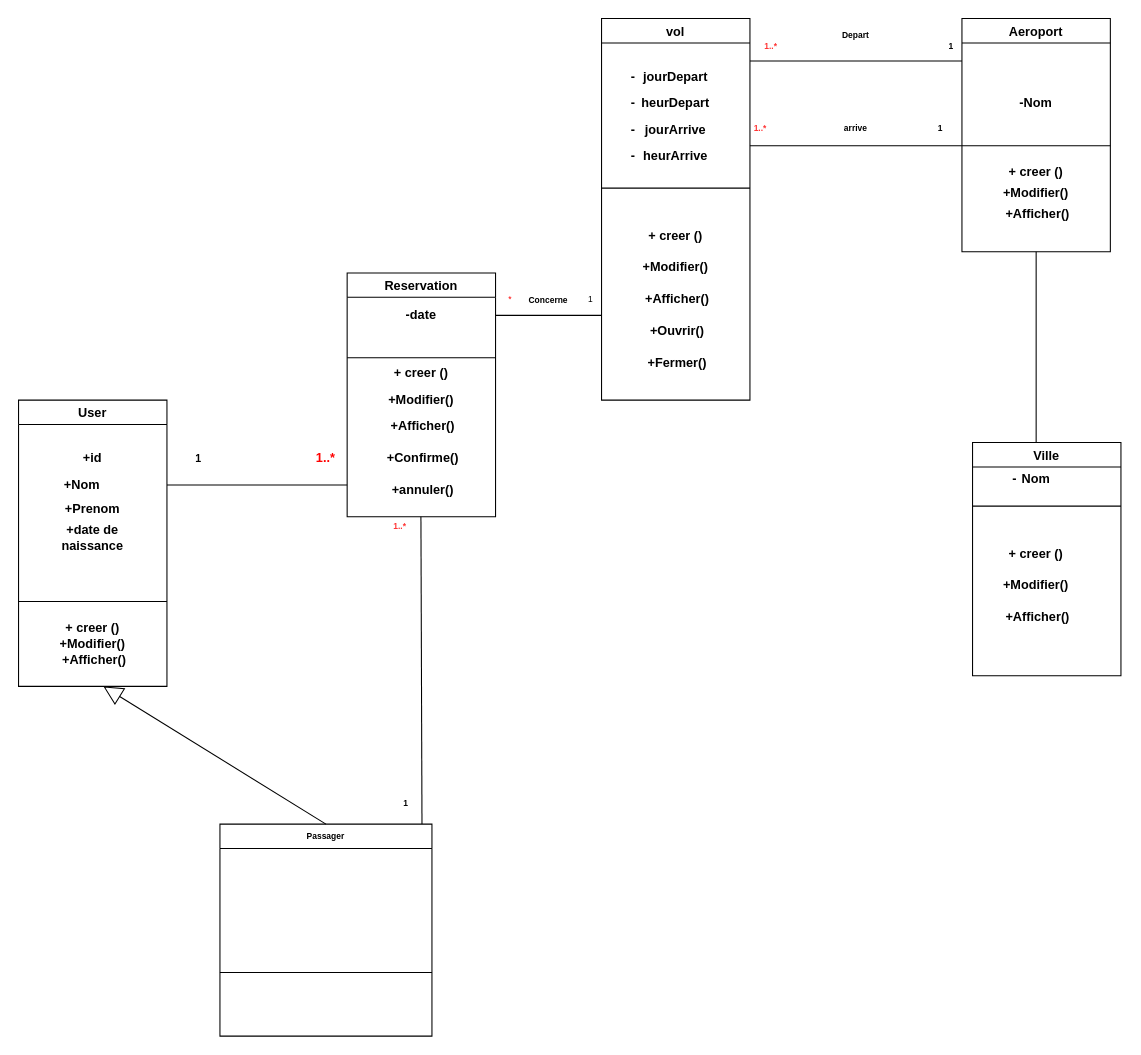
The draw.io diagram Uml/classe.drawio in ELHADRINadia/gestion_vol, before the edit. Source tidied: cells renumbered, new cells numbered last; positions are measured from the earlier drawing's top-left corner, leaving out a move shared by most shapes. Both pictures are drawn from the tidied source at 106%, with x=0, y=0 at pixel (18, 18).
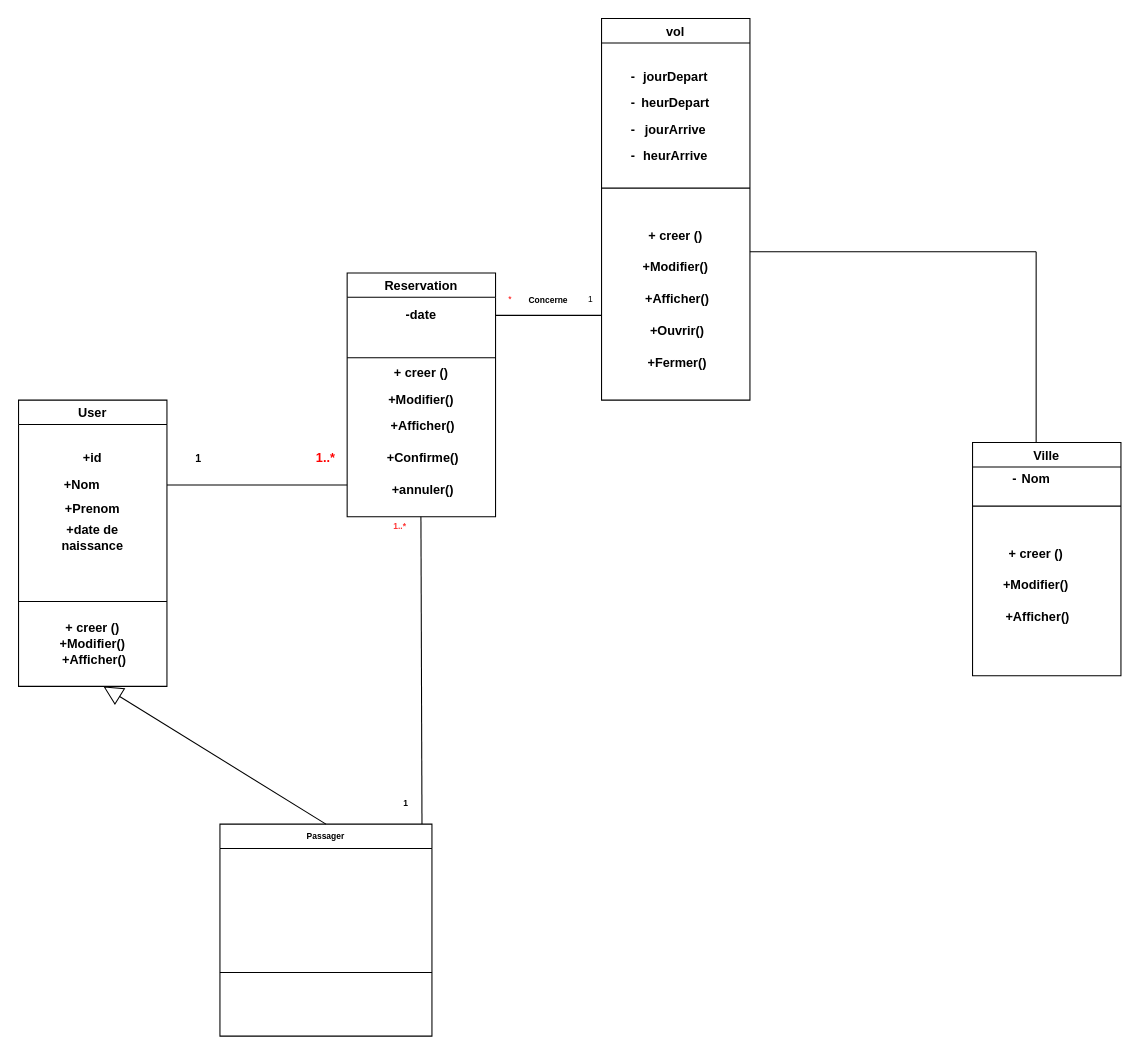
The same diagram, later.

What changed in the source:
```diff
@@
-    <mxCell id="26" value="Aeroport" style="swimlane;" parent="1" vertex="1">
-      <mxGeometry x="890" width="140" height="220" as="geometry" />
-    </mxCell>
-    <mxCell id="27" value="&lt;b&gt;-Nom&lt;/b&gt;" style="text;html=1;strokeColor=none;fillColor=none;align=center;verticalAlign=middle;whiteSpace=wrap;rounded=0;" parent="26" vertex="1">
-      <mxGeometry x="40" y="70" width="60" height="20" as="geometry" />
-    </mxCell>
-    <mxCell id="28" style="text;html=1;align=center;verticalAlign=middle;strokeColor=none;fillColor=none;" parent="26" vertex="1">
-      <mxGeometry x="50" y="85" width="20" height="20" as="geometry" />
-    </mxCell>
-    <mxCell id="29" style="endArrow=none;html=1;rounded=0;" parent="26" edge="1">
-      <mxGeometry relative="1" as="geometry">
-        <mxPoint y="120" as="sourcePoint" />
-        <mxPoint x="140" y="120" as="targetPoint" />
-      </mxGeometry>
-    </mxCell>
-    <mxCell id="30" value="&lt;b&gt;&amp;nbsp;+Modifier()&amp;nbsp;&lt;/b&gt;" style="text;html=1;strokeColor=none;fillColor=none;align=center;verticalAlign=middle;whiteSpace=wrap;rounded=0;" parent="26" vertex="1">
-      <mxGeometry x="40" y="150" width="60" height="30" as="geometry" />
-    </mxCell>
-    <mxCell id="31" value="&lt;b&gt;&amp;nbsp;+Afficher()&lt;/b&gt;" style="text;html=1;strokeColor=none;fillColor=none;align=center;verticalAlign=middle;whiteSpace=wrap;rounded=0;" parent="26" vertex="1">
-      <mxGeometry x="40" y="170" width="60" height="30" as="geometry" />
-    </mxCell>
-    <mxCell id="32" value="&lt;b&gt;+ creer ()&lt;/b&gt;" style="text;html=1;strokeColor=none;fillColor=none;align=center;verticalAlign=middle;whiteSpace=wrap;rounded=0;" parent="26" vertex="1">
-      <mxGeometry x="40" y="130" width="60" height="30" as="geometry" />
-    </mxCell>
-    <mxCell id="33" value="&lt;b&gt;&lt;font style=&quot;font-size: 8px&quot;&gt;Depart&lt;/font&gt;&lt;/b&gt;" style="text;html=1;strokeColor=none;fillColor=none;align=center;verticalAlign=middle;whiteSpace=wrap;rounded=0;fontColor=#000000;" parent="1" vertex="1">
-      <mxGeometry x="760" width="60" height="30" as="geometry" />
-    </mxCell>
-    <mxCell id="34" value="&lt;b&gt;&lt;font color=&quot;#ff3333&quot; style=&quot;font-size: 8px&quot;&gt;1..*&lt;/font&gt;&lt;/b&gt;" style="text;html=1;strokeColor=none;fillColor=none;align=center;verticalAlign=middle;whiteSpace=wrap;rounded=0;" parent="1" vertex="1">
-      <mxGeometry x="680" y="10" width="60" height="30" as="geometry" />
-    </mxCell>
-    <mxCell id="35" value="&lt;font color=&quot;#000000&quot; style=&quot;font-size: 8px&quot;&gt;&lt;b&gt;1&lt;/b&gt;&lt;/font&gt;" style="text;html=1;strokeColor=none;fillColor=none;align=center;verticalAlign=middle;whiteSpace=wrap;rounded=0;fontColor=#FF3333;" parent="1" vertex="1">
-      <mxGeometry x="850" y="10" width="60" height="30" as="geometry" />
-    </mxCell>
-    <mxCell id="36" style="endArrow=none;html=1;rounded=0;fontColor=#FF0000;" parent="1" edge="1">
-      <mxGeometry relative="1" as="geometry">
-        <mxPoint x="690" y="40" as="sourcePoint" />
-        <mxPoint x="890" y="40" as="targetPoint" />
-      </mxGeometry>
-    </mxCell>
-    <mxCell id="37" style="endArrow=none;html=1;rounded=0;fontColor=#FF0000;" parent="1" edge="1">
-      <mxGeometry relative="1" as="geometry">
-        <mxPoint x="690" y="120" as="sourcePoint" />
-        <mxPoint x="890" y="120" as="targetPoint" />
-      </mxGeometry>
-    </mxCell>
-    <mxCell id="38" value="&lt;span style=&quot;font-size: 8px&quot;&gt;&lt;b&gt;arrive&lt;/b&gt;&lt;/span&gt;" style="text;html=1;strokeColor=none;fillColor=none;align=center;verticalAlign=middle;whiteSpace=wrap;rounded=0;fontColor=#000000;" parent="1" vertex="1">
-      <mxGeometry x="760" y="85" width="60" height="35" as="geometry" />
-    </mxCell>
-    <mxCell id="39" value="&lt;b&gt;&lt;font color=&quot;#ff3333&quot; style=&quot;font-size: 8px&quot;&gt;1..*&lt;/font&gt;&lt;/b&gt;" style="text;html=1;strokeColor=none;fillColor=none;align=center;verticalAlign=middle;whiteSpace=wrap;rounded=0;" parent="1" vertex="1">
-      <mxGeometry x="670" y="85" width="60" height="35" as="geometry" />
-    </mxCell>
-    <mxCell id="40" value="&lt;font color=&quot;#000000&quot; style=&quot;font-size: 8px&quot;&gt;&lt;b&gt;1&lt;/b&gt;&lt;/font&gt;" style="text;html=1;strokeColor=none;fillColor=none;align=center;verticalAlign=middle;whiteSpace=wrap;rounded=0;fontColor=#FF3333;" parent="1" vertex="1">
-      <mxGeometry x="840" y="87.5" width="60" height="30" as="geometry" />
-    </mxCell>
@@
+    <mxCell id="71" style="endArrow=none;html=1;rounded=0;" parent="1" edge="1">
+      <mxGeometry relative="1" as="geometry">
+        <mxPoint x="690" y="220" as="sourcePoint" />
+        <mxPoint x="960" y="220" as="targetPoint" />
+      </mxGeometry>
+    </mxCell>
```
